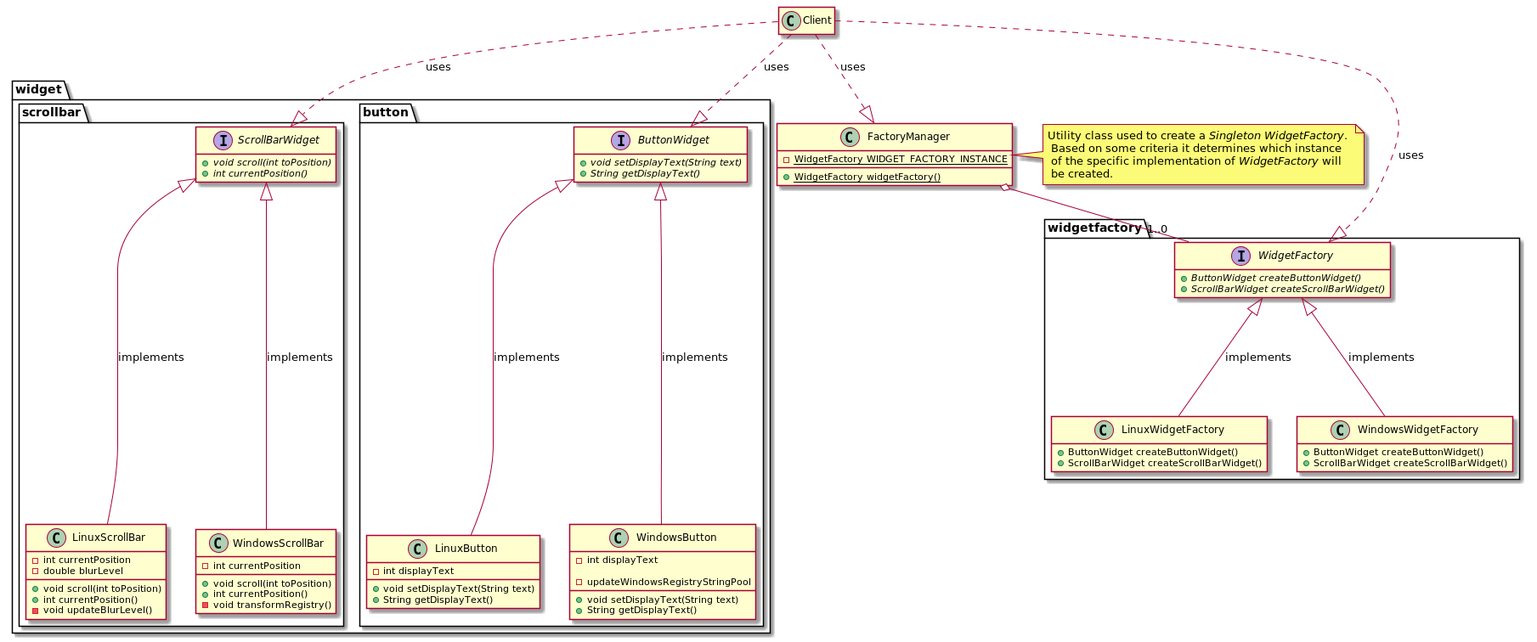
This is DesignPatternsElementsOfReusableObjectOrientesSoftware/Chapter03/AbstractFactory/image/code_class_design.png from lealceldeiro/gems, a PlantUML export, as it was before one commit.
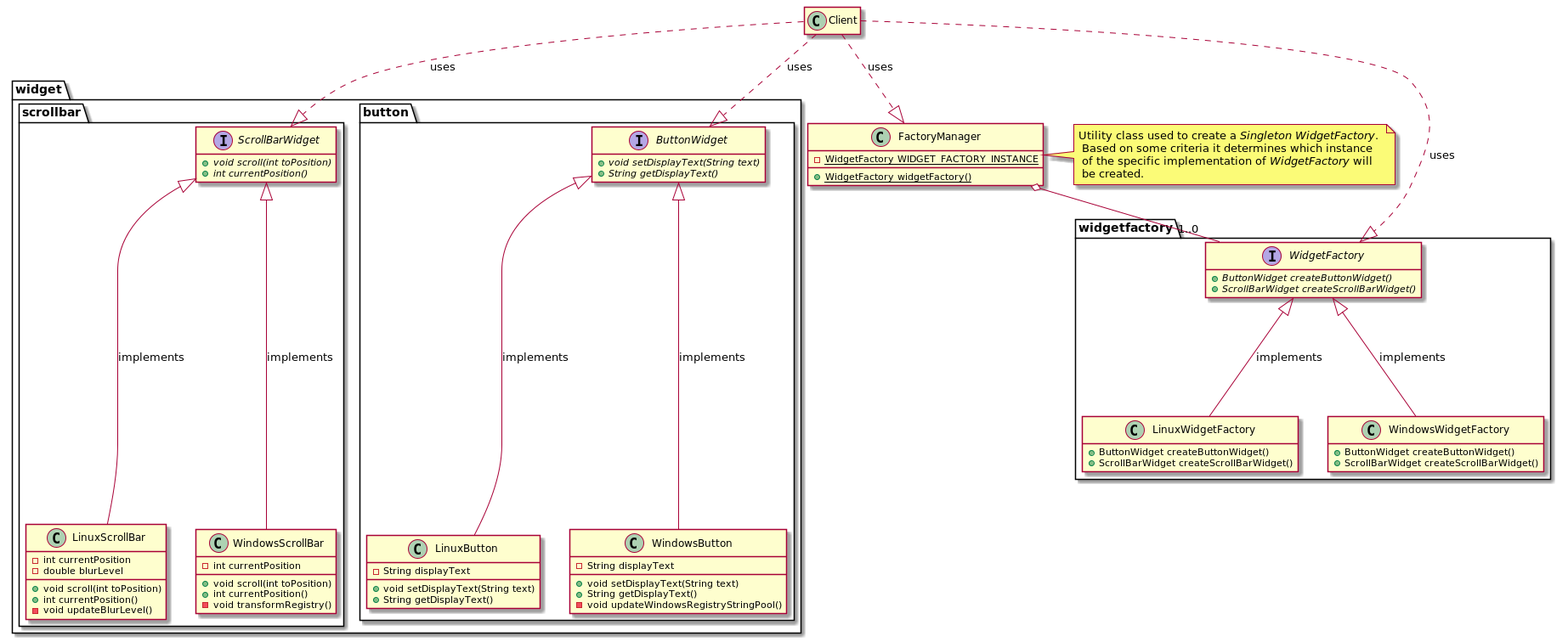
After the commit.

Commit message:
Update image of class design for code example

Diff of the diagram source:
```diff
@@ -45,18 +45,18 @@
             + {abstract} String getDisplayText()
         }
         class LinuxButton {
-            - int displayText
+            - String displayText
 
             + void setDisplayText(String text)
             + String getDisplayText()
         }
 
         class WindowsButton {
-            - int displayText
+            - String displayText
 
             + void setDisplayText(String text)
             + String getDisplayText()
-            - updateWindowsRegistryStringPool
+            - void updateWindowsRegistryStringPool()
         }
     }
 }
```
